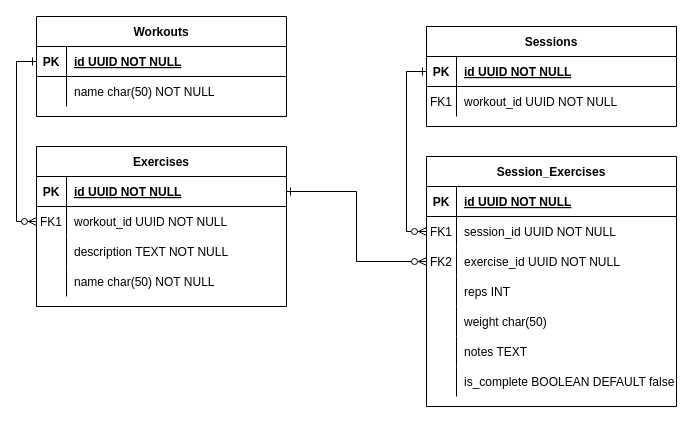
Earlier version of the draw.io diagram workout-tracker.drawio (cjcoops/workout-tracker). Source tidied: cells renumbered, new cells numbered last; positions are measured from the earlier drawing's top-left corner, leaving out a move shared by most shapes. Both pictures are drawn from the tidied source at 100%, with x=0, y=0 at pixel (36, 16).
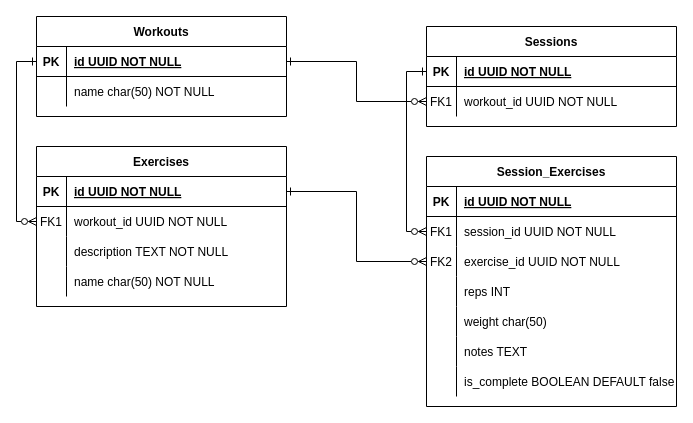
After the change.

Unchanged cells that the change refers to:
```xml
<mxCell id="3" style="shape=partialRectangle;fillColor=none;points=[[0,0.5],[1,0.5]];portConstraint=eastwest;top=0;left=0;right=0;bottom=1;rounded=0;" parent="2" vertex="1">
  <mxGeometry y="30" width="250" height="30" as="geometry" />
</mxCell>
<mxCell id="27" style="shape=partialRectangle;fillColor=none;points=[[0,0.5],[1,0.5]];portConstraint=eastwest;top=0;left=0;right=0;bottom=0;rounded=0;" parent="23" vertex="1">
  <mxGeometry y="60" width="250" height="30" as="geometry" />
</mxCell>
```

The edit, as a diff of the source:
```diff
@@
+    <mxCell id="54" style="edgeStyle=orthogonalEdgeStyle;rounded=0;jettySize=auto;html=1;entryX=0;entryY=0.5;entryDx=0;entryDy=0;startArrow=ERone;startFill=0;endArrow=ERzeroToMany;endFill=0;exitX=1;exitY=0.5;exitDx=0;exitDy=0;" parent="1" edge="1" source="3" target="27">
+      <mxGeometry relative="1" as="geometry" />
+    </mxCell>
```
